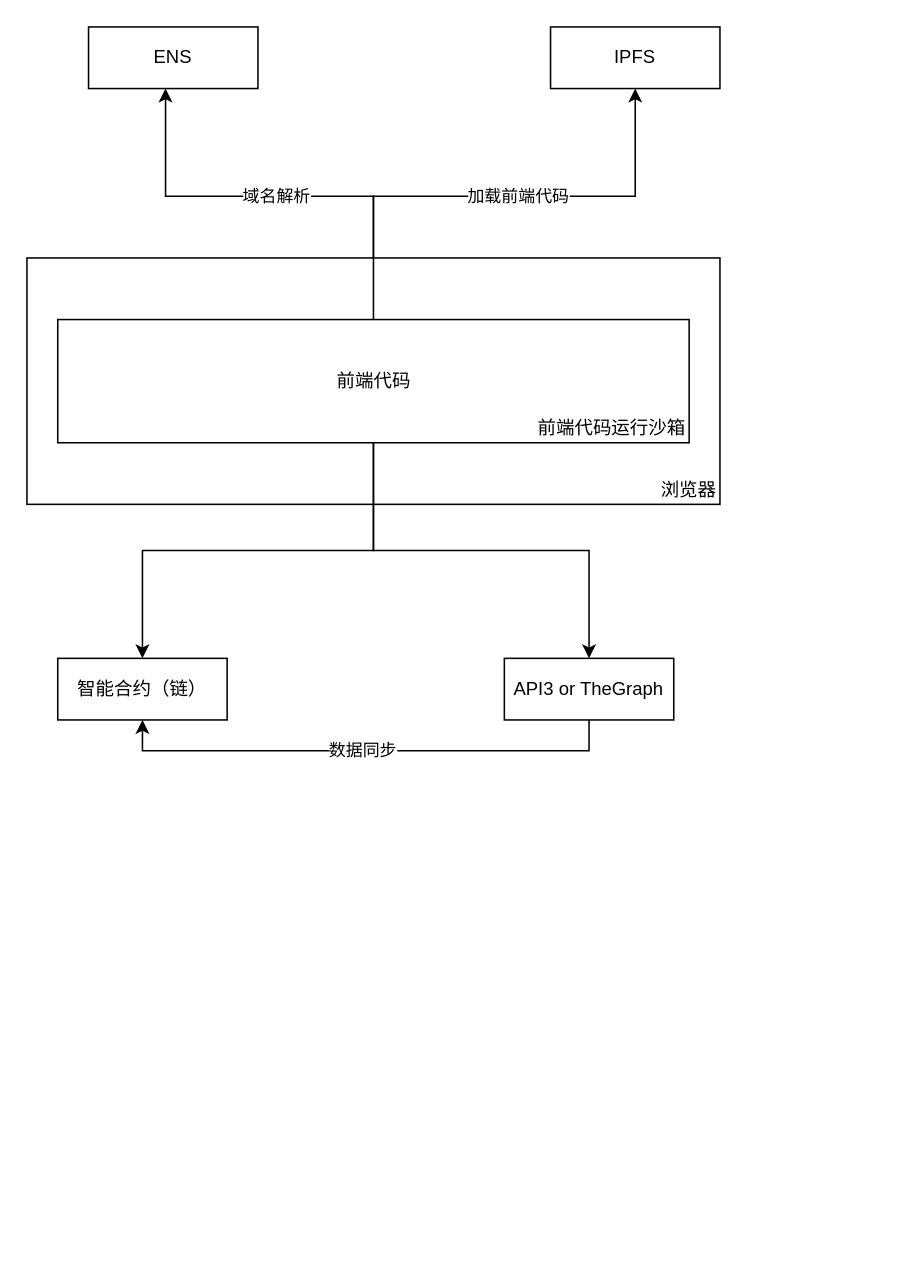
This is Untitled Diagram.drawio from ruopuzi/draw.io, a draw.io file, before an edit. Source tidied: cells renumbered, new cells numbered last; positions are measured from the earlier drawing's top-left corner, leaving out a move shared by most shapes. Both pictures are drawn from the tidied source at 154%, with x=0, y=0 at pixel (26, 26).
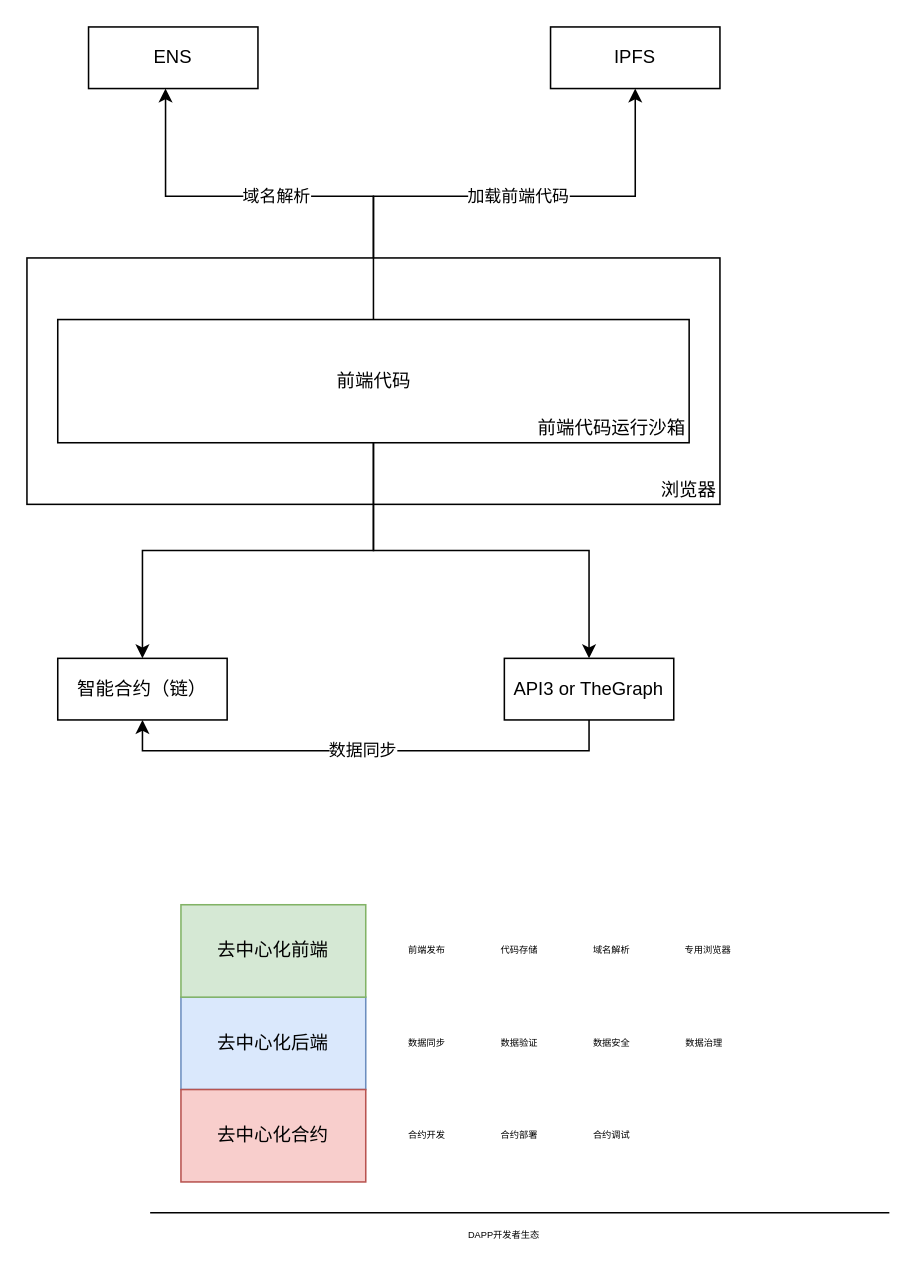
The same page after the edit.

Diff of the diagram source:
```diff
@@
+    <mxCell id="16" value="去中心化后端" style="rounded=0;whiteSpace=wrap;html=1;fillColor=#dae8fc;strokeColor=#6c8ebf;" parent="1" vertex="1">
+      <mxGeometry x="100" y="630" width="120" height="60" as="geometry" />
+    </mxCell>
+    <mxCell id="17" value="去中心化前端" style="rounded=0;whiteSpace=wrap;html=1;fillColor=#d5e8d4;strokeColor=#82b366;" parent="1" vertex="1">
+      <mxGeometry x="100" y="570" width="120" height="60" as="geometry" />
+    </mxCell>
+    <mxCell id="18" value="去中心化合约" style="rounded=0;whiteSpace=wrap;html=1;fillColor=#f8cecc;strokeColor=#b85450;" parent="1" vertex="1">
+      <mxGeometry x="100" y="690" width="120" height="60" as="geometry" />
+    </mxCell>
+    <mxCell id="19" value="合约开发" style="text;html=1;strokeColor=none;fillColor=none;align=center;verticalAlign=middle;whiteSpace=wrap;rounded=0;fontSize=6;" parent="1" vertex="1">
+      <mxGeometry x="230" y="705" width="60" height="30" as="geometry" />
+    </mxCell>
+    <mxCell id="20" value="合约部署" style="text;html=1;strokeColor=none;fillColor=none;align=center;verticalAlign=middle;whiteSpace=wrap;rounded=0;fontSize=6;" parent="1" vertex="1">
+      <mxGeometry x="290" y="705" width="60" height="30" as="geometry" />
+    </mxCell>
+    <mxCell id="21" value="合约调试" style="text;html=1;strokeColor=none;fillColor=none;align=center;verticalAlign=middle;whiteSpace=wrap;rounded=0;fontSize=6;" parent="1" vertex="1">
+      <mxGeometry x="350" y="705" width="60" height="30" as="geometry" />
+    </mxCell>
+    <mxCell id="22" value="数据同步" style="text;html=1;strokeColor=none;fillColor=none;align=center;verticalAlign=middle;whiteSpace=wrap;rounded=0;fontSize=6;" parent="1" vertex="1">
+      <mxGeometry x="230" y="645" width="60" height="30" as="geometry" />
+    </mxCell>
+    <mxCell id="23" value="数据验证" style="text;html=1;strokeColor=none;fillColor=none;align=center;verticalAlign=middle;whiteSpace=wrap;rounded=0;fontSize=6;" parent="1" vertex="1">
+      <mxGeometry x="290" y="645" width="60" height="30" as="geometry" />
+    </mxCell>
+    <mxCell id="24" value="数据安全" style="text;html=1;strokeColor=none;fillColor=none;align=center;verticalAlign=middle;whiteSpace=wrap;rounded=0;fontSize=6;" parent="1" vertex="1">
+      <mxGeometry x="350" y="645" width="60" height="30" as="geometry" />
+    </mxCell>
+    <mxCell id="25" value="数据治理" style="text;html=1;strokeColor=none;fillColor=none;align=center;verticalAlign=middle;whiteSpace=wrap;rounded=0;fontSize=6;" parent="1" vertex="1">
+      <mxGeometry x="410" y="645" width="60" height="30" as="geometry" />
+    </mxCell>
+    <mxCell id="26" value="前端发布" style="text;html=1;strokeColor=none;fillColor=none;align=center;verticalAlign=middle;whiteSpace=wrap;rounded=0;fontSize=6;" parent="1" vertex="1">
+      <mxGeometry x="230" y="585" width="60" height="30" as="geometry" />
+    </mxCell>
+    <mxCell id="27" value="代码存储" style="text;html=1;strokeColor=none;fillColor=none;align=center;verticalAlign=middle;whiteSpace=wrap;rounded=0;fontSize=6;" parent="1" vertex="1">
+      <mxGeometry x="290" y="585" width="60" height="30" as="geometry" />
+    </mxCell>
+    <mxCell id="28" value="域名解析" style="text;html=1;strokeColor=none;fillColor=none;align=center;verticalAlign=middle;whiteSpace=wrap;rounded=0;fontSize=6;" parent="1" vertex="1">
+      <mxGeometry x="350" y="587.5" width="60" height="25" as="geometry" />
+    </mxCell>
+    <mxCell id="29" value="专用浏览器" style="text;html=1;strokeColor=none;fillColor=none;align=center;verticalAlign=middle;whiteSpace=wrap;rounded=0;fontSize=6;" parent="1" vertex="1">
+      <mxGeometry x="410" y="587.5" width="65" height="25" as="geometry" />
+    </mxCell>
+    <mxCell id="30" style="endArrow=none;html=1;rounded=0;fontSize=6;" parent="1" edge="1">
+      <mxGeometry relative="1" as="geometry">
+        <mxPoint x="80" y="770" as="sourcePoint" />
+        <mxPoint x="560" y="770" as="targetPoint" />
+      </mxGeometry>
+    </mxCell>
+    <mxCell id="31" value="DAPP开发者生态" style="text;html=1;strokeColor=none;fillColor=none;align=center;verticalAlign=middle;whiteSpace=wrap;rounded=0;fontSize=6;" parent="1" vertex="1">
+      <mxGeometry x="260" y="770" width="100" height="30" as="geometry" />
+    </mxCell>
```
